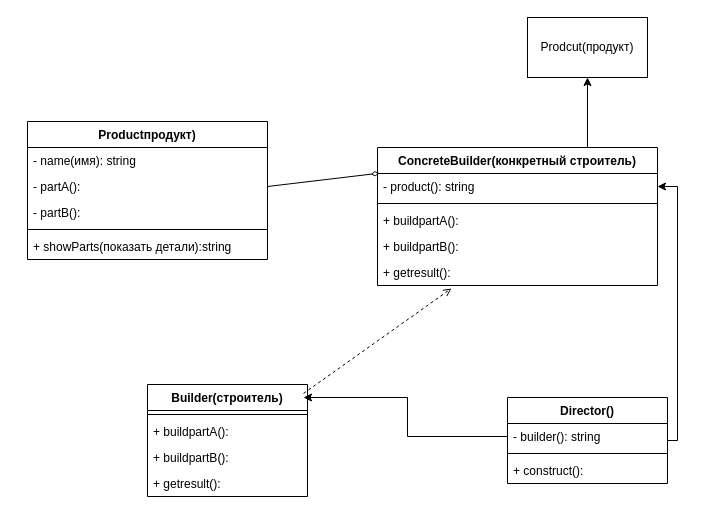
Earlier version of the draw.io diagram строителшь.drawio (Inferno20055/dlia-sebia). Source tidied: cells renumbered, new cells numbered last; positions are measured from the earlier drawing's top-left corner, leaving out a move shared by most shapes. Both pictures are drawn from the tidied source at 100%, with x=0, y=0 at pixel (27, 17).
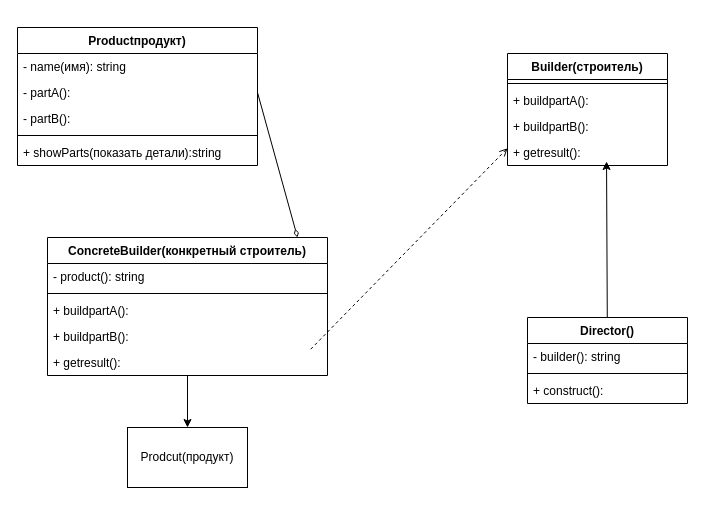
After the change.

The change refers to these unchanged cells:
```xml
<mxCell id="4" value="- partA():&amp;nbsp;" style="text;strokeColor=none;fillColor=none;align=left;verticalAlign=top;spacingLeft=4;spacingRight=4;overflow=hidden;points=[[0,0.5],[1,0.5]];portConstraint=eastwest;whiteSpace=wrap;html=1;" parent="2" vertex="1">
  <mxGeometry y="52" width="240" height="26" as="geometry" />
</mxCell>
<mxCell id="10" value="- product(): string" style="text;strokeColor=none;fillColor=none;align=left;verticalAlign=top;spacingLeft=4;spacingRight=4;overflow=hidden;points=[[0,0.5],[1,0.5]];portConstraint=eastwest;whiteSpace=wrap;html=1;" parent="9" vertex="1">
  <mxGeometry y="26" width="280" height="26" as="geometry" />
</mxCell>
<mxCell id="14" value="+ getresult():" style="text;strokeColor=none;fillColor=none;align=left;verticalAlign=top;spacingLeft=4;spacingRight=4;overflow=hidden;points=[[0,0.5],[1,0.5]];portConstraint=eastwest;whiteSpace=wrap;html=1;" parent="9" vertex="1">
  <mxGeometry y="112" width="280" height="26" as="geometry" />
</mxCell>
<mxCell id="19" value="+ getresult():" style="text;strokeColor=none;fillColor=none;align=left;verticalAlign=top;spacingLeft=4;spacingRight=4;overflow=hidden;points=[[0,0.5],[1,0.5]];portConstraint=eastwest;whiteSpace=wrap;html=1;" parent="15" vertex="1">
  <mxGeometry y="86" width="160" height="26" as="geometry" />
</mxCell>
<mxCell id="22" value="- builder(): string" style="text;strokeColor=none;fillColor=none;align=left;verticalAlign=top;spacingLeft=4;spacingRight=4;overflow=hidden;points=[[0,0.5],[1,0.5]];portConstraint=eastwest;whiteSpace=wrap;html=1;" parent="21" vertex="1">
  <mxGeometry y="26" width="160" height="26" as="geometry" />
</mxCell>
```

Diff of the diagram source:
```diff
@@
     <mxCell id="2" value="Productпродукт)" style="swimlane;fontStyle=1;align=center;verticalAlign=top;horizontal=1;startSize=26;whiteSpace=wrap;html=1;" parent="1" vertex="1">
-      <mxGeometry y="104" width="240" height="138" as="geometry" />
+      <mxGeometry x="-10" y="10" width="240" height="138" as="geometry" />
     </mxCell>
@@
-    <mxCell id="8" style="edgeStyle=orthogonalEdgeStyle;rounded=0;jettySize=auto;html=1;exitX=0.75;exitY=0;exitDx=0;exitDy=0;" parent="1" edge="1" source="9" target="25">
+    <mxCell id="8" style="edgeStyle=orthogonalEdgeStyle;rounded=0;jettySize=auto;html=1;entryX=0.5;entryY=0;entryDx=0;entryDy=0;" parent="1" edge="1" source="9" target="25">
       <mxGeometry relative="1" as="geometry" />
     </mxCell>
     <mxCell id="9" value="ConcreteBuilder(конкретный строитель)" style="swimlane;fontStyle=1;align=center;verticalAlign=top;horizontal=1;startSize=26;whiteSpace=wrap;html=1;" parent="1" vertex="1">
-      <mxGeometry x="350" y="130" width="280" height="138" as="geometry" />
+      <mxGeometry x="20" y="220" width="280" height="138" as="geometry" />
     </mxCell>
@@
     <mxCell id="15" value="Builder(строитель)" style="swimlane;fontStyle=1;align=center;verticalAlign=top;horizontal=1;startSize=26;whiteSpace=wrap;html=1;" parent="1" vertex="1">
-      <mxGeometry x="120" y="367" width="160" height="112" as="geometry" />
+      <mxGeometry x="480" y="36" width="160" height="112" as="geometry" />
     </mxCell>
@@
-    <mxCell id="20" style="edgeStyle=orthogonalEdgeStyle;rounded=0;jettySize=auto;html=1;entryX=1;entryY=0.5;entryDx=0;entryDy=0;" parent="1" edge="1" source="21" target="10">
-      <mxGeometry relative="1" as="geometry">
-        <Array as="points">
-          <mxPoint x="650" y="423" />
-          <mxPoint x="650" y="169" />
-        </Array>
-      </mxGeometry>
-    </mxCell>
     <mxCell id="21" value="Director()" style="swimlane;fontStyle=1;align=center;verticalAlign=top;horizontal=1;startSize=26;whiteSpace=wrap;html=1;" parent="1" vertex="1">
-      <mxGeometry x="480" y="380" width="160" height="86" as="geometry" />
+      <mxGeometry x="500" y="300" width="160" height="86" as="geometry" />
     </mxCell>
@@
     <mxCell id="25" value="Prodcut(продукт)" style="rounded=0;whiteSpace=wrap;html=1;" parent="1" vertex="1">
-      <mxGeometry x="500" width="120" height="60" as="geometry" />
+      <mxGeometry x="100" y="410" width="120" height="60" as="geometry" />
     </mxCell>
-    <mxCell id="26" style="endArrow=diamondThin;html=1;rounded=0;entryX=0.007;entryY=0.186;entryDx=0;entryDy=0;entryPerimeter=0;exitX=1;exitY=0.5;exitDx=0;exitDy=0;endFill=0;" parent="1" edge="1" source="4" target="9">
+    <mxCell id="26" style="endArrow=diamondThin;html=1;rounded=0;entryX=0.893;entryY=0;entryDx=0;entryDy=0;entryPerimeter=0;exitX=1;exitY=0.5;exitDx=0;exitDy=0;endFill=0;" parent="1" edge="1" source="4" target="9">
       <mxGeometry relative="1" as="geometry" />
     </mxCell>
-    <mxCell id="27" style="endArrow=open;html=1;rounded=0;exitX=0.975;exitY=0.08;exitDx=0;exitDy=0;exitPerimeter=0;dashed=1;startArrow=none;startFill=0;entryX=0.264;entryY=1.115;entryDx=0;entryDy=0;entryPerimeter=0;endFill=0;" parent="1" edge="1" source="15" target="14">
+    <mxCell id="27" style="endArrow=none;html=1;rounded=0;exitX=0;exitY=0.846;exitDx=0;exitDy=0;exitPerimeter=0;dashed=1;startArrow=open;startFill=0;entryX=0.939;entryY=0;entryDx=0;entryDy=0;entryPerimeter=0;endFill=0;" parent="1" edge="1" source="15" target="14">
       <mxGeometry relative="1" as="geometry" />
     </mxCell>
-    <mxCell id="28" style="edgeStyle=orthogonalEdgeStyle;rounded=0;jettySize=auto;html=1;exitX=0;exitY=0.5;exitDx=0;exitDy=0;entryX=0.975;entryY=0.116;entryDx=0;entryDy=0;entryPerimeter=0;" parent="1" edge="1" source="22" target="15">
-      <mxGeometry relative="1" as="geometry" />
-    </mxCell>
+    <mxCell id="29" style="endArrow=classic;html=1;rounded=0;entryX=0.619;entryY=0.846;entryDx=0;entryDy=0;entryPerimeter=0;" parent="1" edge="1" source="21" target="19">
+      <mxGeometry relative="1" as="geometry" />
+    </mxCell>
```
